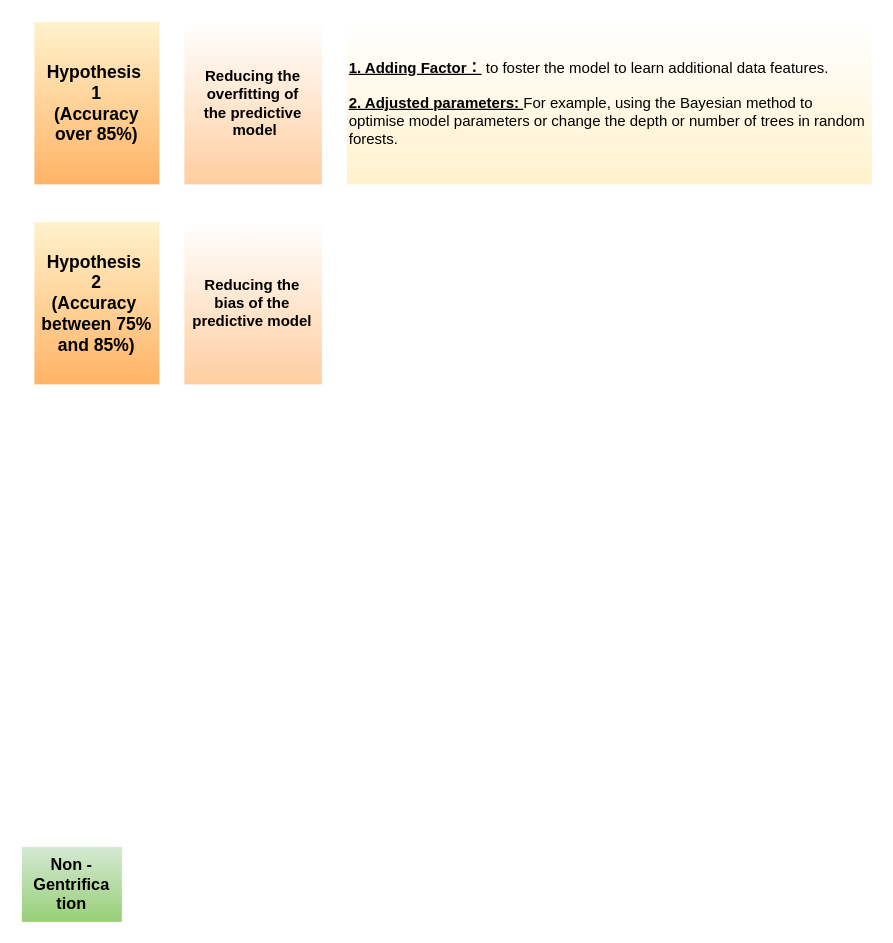
CindyZ123/case_test keeps this draw.io diagram as proposal.drawio. Above is the earlier version. Source tidied: cells renumbered, new cells numbered last; positions are measured from the earlier drawing's top-left corner, leaving out a move shared by most shapes. Both pictures are drawn from the tidied source at 125%, with x=0, y=0 at pixel (21, 21).
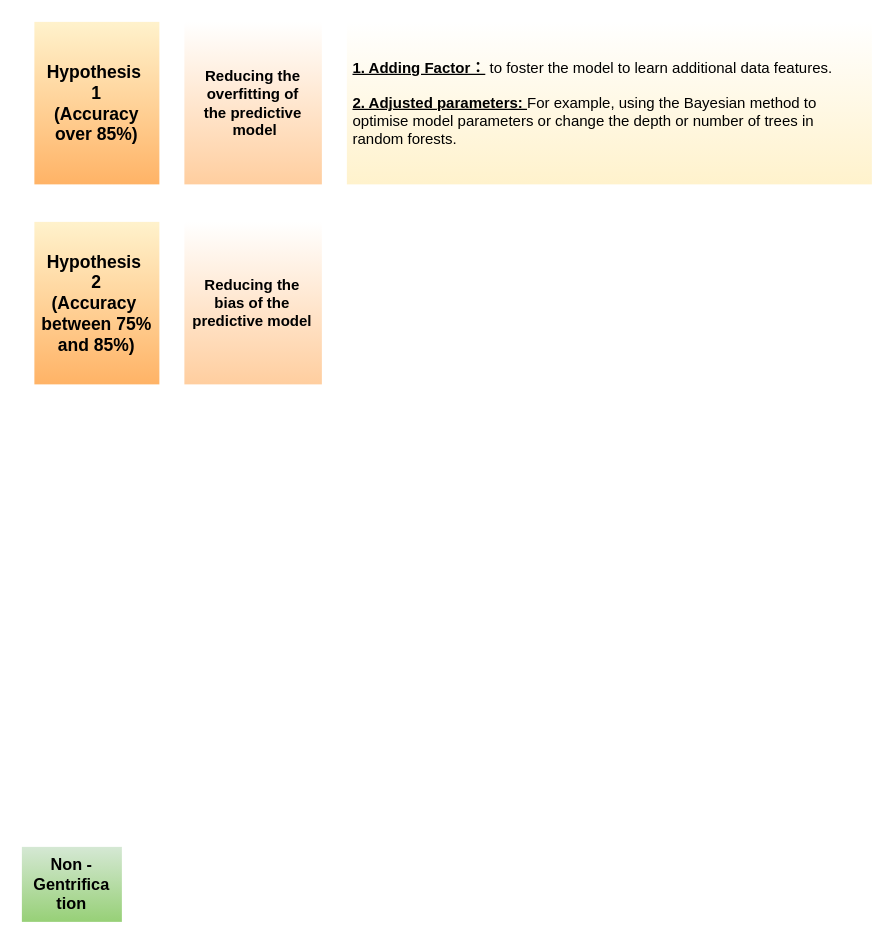
After the change.

What changed in the source:
```diff
@@
 <mxGraphModel>
   <root>
     <mxCell id="0" />
     <mxCell id="1" parent="0" />
     <mxCell id="2" value="&lt;span style=&quot;font-size: 14px;&quot;&gt;&lt;b&gt;Hypothesis&amp;nbsp;&lt;/b&gt;&lt;/span&gt;&lt;div&gt;&lt;b style=&quot;font-size: 14px; background-color: initial;&quot;&gt;1&lt;/b&gt;&lt;br&gt;&lt;/div&gt;&lt;div&gt;&lt;b style=&quot;font-size: 14px; background-color: initial;&quot;&gt;(Accuracy over 85%)&lt;/b&gt;&lt;/div&gt;" style="rounded=0;whiteSpace=wrap;html=1;fillColor=#fff2cc;strokeColor=none;gradientColor=#FFB366;" parent="1" vertex="1">
       <mxGeometry x="10" width="100" height="130" as="geometry" />
     </mxCell>
     <mxCell id="3" value="&lt;span style=&quot;font-size: 12px;&quot;&gt;&lt;b style=&quot;font-size: 12px;&quot;&gt;Reducing the overfitting of the&amp;nbsp;&lt;/b&gt;&lt;/span&gt;&lt;b&gt;predictive&lt;/b&gt;&lt;div&gt;&lt;span style=&quot;font-size: 12px;&quot;&gt;&lt;b style=&quot;font-size: 12px;&quot;&gt;&amp;nbsp;model&lt;/b&gt;&lt;/span&gt;&lt;/div&gt;" style="whiteSpace=wrap;html=1;fillColor=#FFFFFF;strokeColor=none;rounded=0;gradientColor=#FFCE9F;fontSize=12;" parent="1" vertex="1">
       <mxGeometry x="130" width="110" height="130" as="geometry" />
     </mxCell>
-    <mxCell id="4" value="&lt;div style=&quot;&quot;&gt;&lt;span style=&quot;background-color: initial;&quot;&gt;&lt;b&gt;&lt;u&gt;1. Adding Factor：&lt;/u&gt;&lt;/b&gt; to foster the model to learn additional data features.&lt;/span&gt;&lt;/div&gt;&lt;div style=&quot;&quot;&gt;&lt;br&gt;&lt;span style=&quot;background-color: initial;&quot;&gt;&lt;b&gt;&lt;u&gt;2. Adjusted parameters: &lt;/u&gt;&lt;/b&gt;For example, using the Bayesian method to optimise model parameters or change the depth or number of trees in random forests.&lt;/span&gt;&lt;br&gt;&lt;/div&gt;" style="whiteSpace=wrap;html=1;fillColor=#FFFFFF;strokeColor=none;rounded=0;gradientColor=#FFF2CC;align=left;" parent="1" vertex="1">
+    <mxCell id="4" value="&lt;div style=&quot;&quot;&gt;&lt;span style=&quot;background-color: initial;&quot;&gt;&lt;b&gt;&lt;u&gt;1. Adding Factor：&lt;/u&gt;&lt;/b&gt; to foster the model to learn additional data features.&lt;/span&gt;&lt;/div&gt;&lt;div style=&quot;&quot;&gt;&lt;br&gt;&lt;span style=&quot;background-color: initial;&quot;&gt;&lt;b&gt;&lt;u&gt;2. Adjusted parameters: &lt;/u&gt;&lt;/b&gt;For example, using the Bayesian method to optimise model parameters or change the depth or number of trees in random forests.&lt;/span&gt;&lt;br&gt;&lt;/div&gt;" style="whiteSpace=wrap;html=1;fillColor=#FFFFFF;strokeColor=none;rounded=0;gradientColor=#FFF2CC;align=left;spacingLeft=3;spacingRight=3;" parent="1" vertex="1">
       <mxGeometry x="260" width="420" height="130" as="geometry" />
     </mxCell>
     <mxCell id="5" value="&lt;b style=&quot;font-size: 13px;&quot;&gt;&lt;font style=&quot;font-size: 13px;&quot;&gt;Non -Gentrifica&lt;br&gt;tion&lt;/font&gt;&lt;/b&gt;" style="whiteSpace=wrap;html=1;fillColor=#D5E8D4;strokeColor=none;rounded=0;align=center;gradientColor=#97D077;" parent="1" vertex="1">
       <mxGeometry y="660" width="80" height="60" as="geometry" />
     </mxCell>
     <mxCell id="6" value="&lt;span style=&quot;font-size: 14px;&quot;&gt;&lt;font style=&quot;font-size: 14px;&quot;&gt;&lt;b&gt;Hypothesis&amp;nbsp;&lt;/b&gt;&lt;/font&gt;&lt;/span&gt;&lt;div style=&quot;font-size: 14px;&quot;&gt;&lt;font style=&quot;font-size: 14px;&quot;&gt;&lt;b&gt;2&lt;/b&gt;&lt;/font&gt;&lt;/div&gt;&lt;div style=&quot;font-size: 14px;&quot;&gt;&lt;span style=&quot;background-color: initial; font-weight: bold;&quot;&gt;(Accuracy&amp;nbsp;&lt;/span&gt;&lt;br&gt;&lt;/div&gt;&lt;div style=&quot;font-size: 14px;&quot;&gt;&lt;font style=&quot;font-size: 14px;&quot;&gt;&lt;span style=&quot;background-color: initial;&quot;&gt;&lt;b style=&quot;&quot;&gt;&lt;font face=&quot;Helvetica&quot;&gt;between 75% and 85%&lt;/font&gt;&lt;/b&gt;&lt;/span&gt;&lt;span style=&quot;font-weight: bold; background-color: initial;&quot;&gt;)&lt;/span&gt;&lt;/font&gt;&lt;/div&gt;" style="rounded=0;whiteSpace=wrap;html=1;fillColor=#fff2cc;strokeColor=none;gradientColor=#FFB366;" parent="1" vertex="1">
       <mxGeometry x="10" y="160" width="100" height="130" as="geometry" />
     </mxCell>
     <mxCell id="7" value="&lt;span style=&quot;font-size: 12px;&quot;&gt;&lt;b style=&quot;font-size: 12px;&quot;&gt;Reducing&amp;nbsp;&lt;/b&gt;&lt;/span&gt;&lt;b&gt;the bias of the predictive model&lt;/b&gt;" style="whiteSpace=wrap;html=1;fillColor=#FFFFFF;strokeColor=none;rounded=0;gradientColor=#FFCE9F;fontSize=12;align=center;spacingLeft=3;spacingRight=4;" parent="1" vertex="1">
       <mxGeometry x="130" y="160" width="110" height="130" as="geometry" />
     </mxCell>
   </root>
 </mxGraphModel>
```
